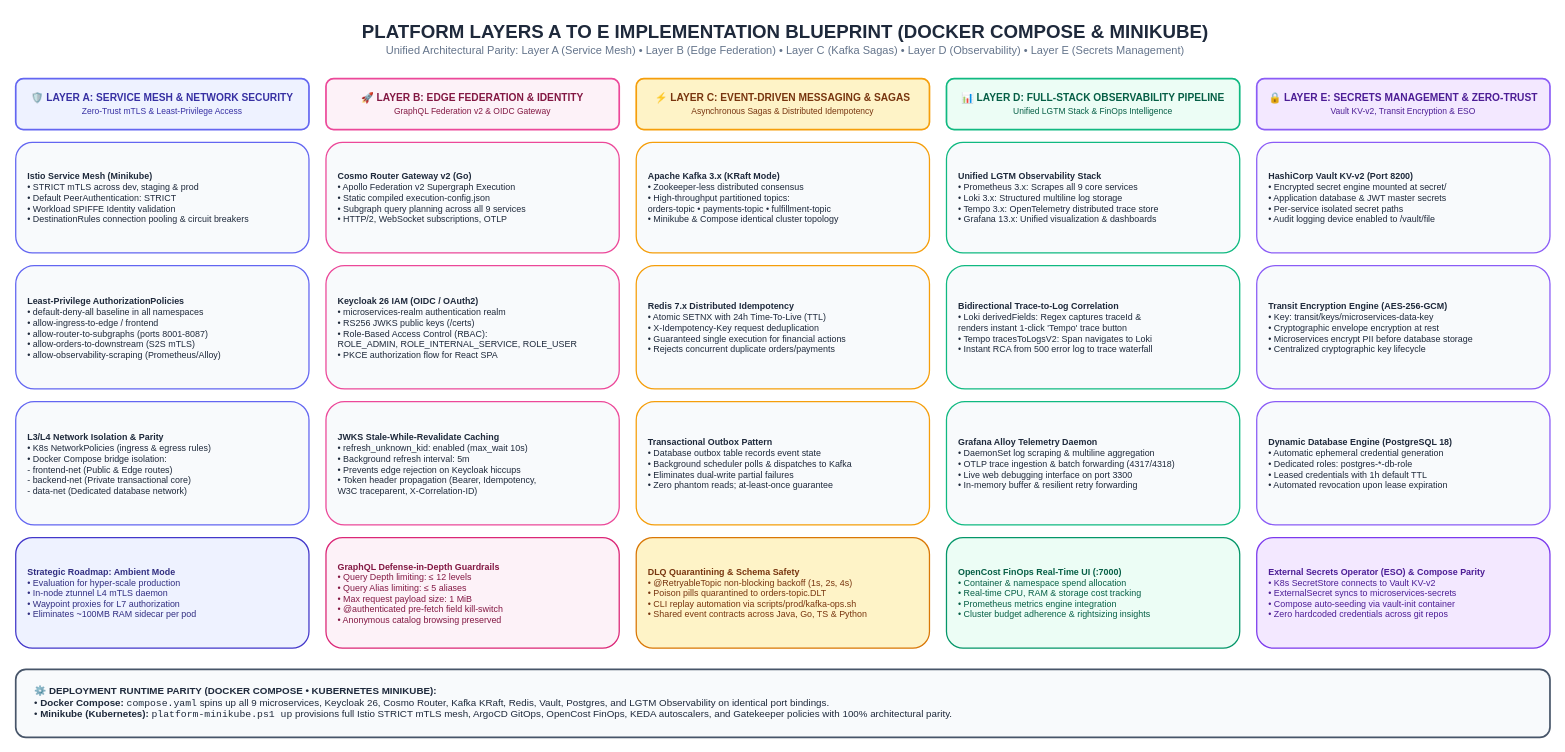
This is page "18. Platform Layers A to E Implementation Blueprint" (18 of 18) of docs/Diagrams.drawio from GeorgeGxx/microservices-architecture, a draw.io file, before an edit. Source tidied: cells renumbered, new cells numbered last; positions are measured from the earlier drawing's top-left corner, leaving out a move shared by most shapes. Both pictures are drawn from the tidied source at 85%, with x=0, y=0 at pixel (15, 14).
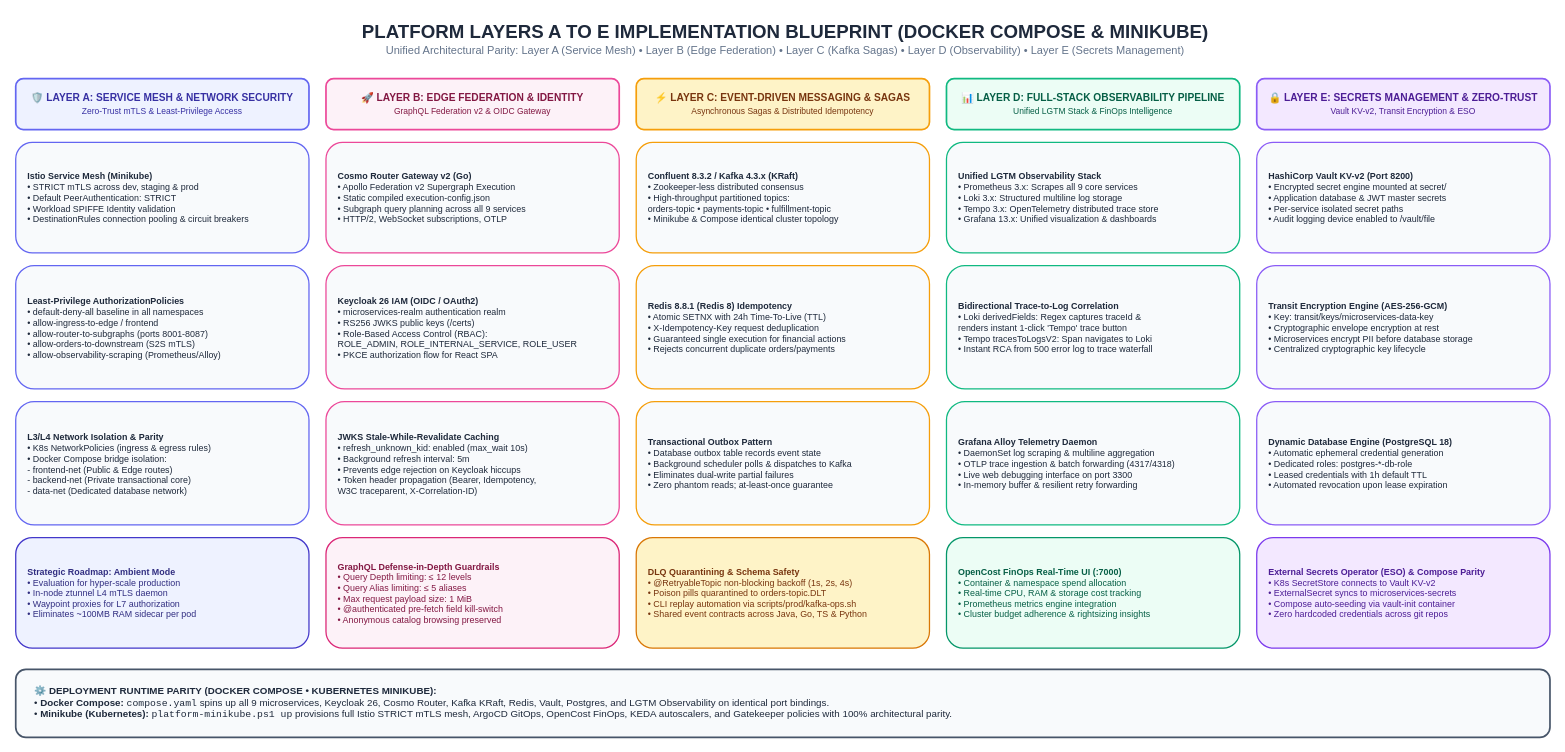
The same page after the edit.

Commit message (it also covers changes not shown here):
fix(docs): correct Kafka and Redis versions to Confluent 8.3.2 / Kafka 4.3.x KRaft and Redis 8.8.1 (Redis 8) across architecture and Diagrams.drawio

Change to the diagram source:
```diff
@@
-    <mxCell id="14" value="&lt;b&gt;Apache Kafka 3.x (KRaft Mode)&lt;/b&gt;&lt;br&gt;• Zookeeper-less distributed consensus&lt;br&gt;• High-throughput partitioned topics:&lt;br&gt;  orders-topic &amp;bull; payments-topic &amp;bull; fulfillment-topic&lt;br&gt;• Minikube &amp;amp; Compose identical cluster topology" style="rounded=1;whiteSpace=wrap;html=1;fillColor=#F8FAFC;strokeColor=#F59E0B;strokeWidth=1.5;fontColor=#1E293B;fontSize=10.5;align=left;spacingLeft=12;" parent="1" vertex="1">
+    <mxCell id="14" value="&lt;b&gt;Confluent 8.3.2 / Kafka 4.3.x (KRaft)&lt;/b&gt;&lt;br&gt;• Zookeeper-less distributed consensus&lt;br&gt;• High-throughput partitioned topics:&lt;br&gt;  orders-topic &amp;bull; payments-topic &amp;bull; fulfillment-topic&lt;br&gt;• Minikube &amp;amp; Compose identical cluster topology" style="rounded=1;whiteSpace=wrap;html=1;fillColor=#F8FAFC;strokeColor=#F59E0B;strokeWidth=1.5;fontColor=#1E293B;fontSize=10.5;align=left;spacingLeft=12;" parent="1" vertex="1">
       <mxGeometry x="730" y="150" width="345" height="130" as="geometry" />
     </mxCell>
-    <mxCell id="15" value="&lt;b&gt;Redis 7.x Distributed Idempotency&lt;/b&gt;&lt;br&gt;• Atomic SETNX with 24h Time-To-Live (TTL)&lt;br&gt;• X-Idempotency-Key request deduplication&lt;br&gt;• Guaranteed single execution for financial actions&lt;br&gt;• Rejects concurrent duplicate orders/payments" style="rounded=1;whiteSpace=wrap;html=1;fillColor=#F8FAFC;strokeColor=#F59E0B;strokeWidth=1.5;fontColor=#1E293B;fontSize=10.5;align=left;spacingLeft=12;" parent="1" vertex="1">
+    <mxCell id="15" value="&lt;b&gt;Redis 8.8.1 (Redis 8) Idempotency&lt;/b&gt;&lt;br&gt;• Atomic SETNX with 24h Time-To-Live (TTL)&lt;br&gt;• X-Idempotency-Key request deduplication&lt;br&gt;• Guaranteed single execution for financial actions&lt;br&gt;• Rejects concurrent duplicate orders/payments" style="rounded=1;whiteSpace=wrap;html=1;fillColor=#F8FAFC;strokeColor=#F59E0B;strokeWidth=1.5;fontColor=#1E293B;fontSize=10.5;align=left;spacingLeft=12;" parent="1" vertex="1">
       <mxGeometry x="730" y="295" width="345" height="145" as="geometry" />
     </mxCell>
```
